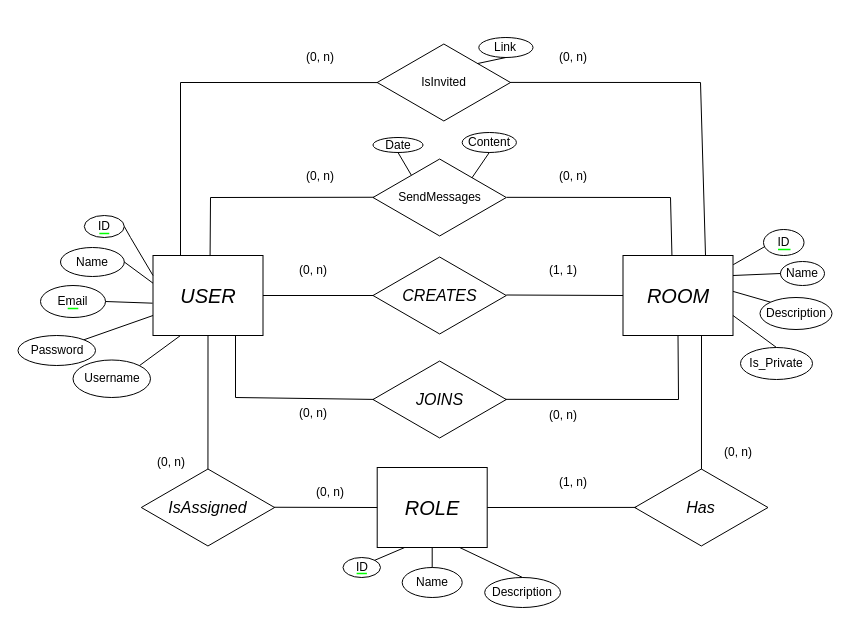
This is Diseño de Bases de Datos Relacionales con MySQL/02 Diseño Conceptual/3er Ejercicio/Ejercicio3.drawio from D4nitrix13/DatabaseGuide, a draw.io file, before an edit. Source tidied: cells renumbered, new cells numbered last; positions are measured from the earlier drawing's top-left corner, leaving out a move shared by most shapes. Both pictures are drawn from the tidied source at 100%, with x=0, y=0 at pixel (18, 37).
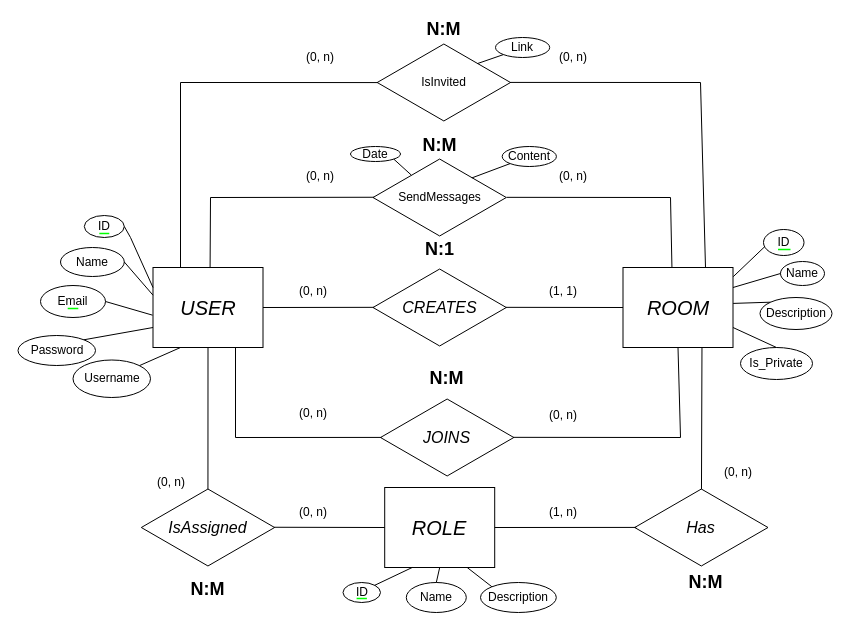
Above is the later version.

The change refers to these unchanged cells:
```xml
<mxCell id="29" value="SendMessages" style="html=1;whiteSpace=wrap;shape=isoRectangle;fillColor=none;" parent="1" vertex="1">
  <mxGeometry x="354.5" y="120" width="133.3" height="80" as="geometry" />
</mxCell>
<mxCell id="36" value="IsInvited" style="html=1;whiteSpace=wrap;shape=isoRectangle;fillColor=none;" parent="1" vertex="1">
  <mxGeometry x="358.7" y="5" width="133.3" height="80" as="geometry" />
</mxCell>
```

The edit, as a diff of the source:
```diff
@@
     <mxCell id="4" value="&lt;i style=&quot;&quot;&gt;&lt;font style=&quot;font-size: 20px;&quot;&gt;USER&lt;/font&gt;&lt;/i&gt;" style="rounded=0;whiteSpace=wrap;html=1;fillColor=none;" parent="1" vertex="1">
-      <mxGeometry x="134.5" y="218" width="110" height="80" as="geometry" />
+      <mxGeometry x="134.5" y="230" width="110" height="80" as="geometry" />
     </mxCell>
     <mxCell id="5" value="&lt;i style=&quot;&quot;&gt;&lt;font style=&quot;font-size: 20px;&quot;&gt;ROOM&lt;/font&gt;&lt;/i&gt;" style="rounded=0;whiteSpace=wrap;html=1;fillColor=none;align=center;" parent="1" vertex="1">
-      <mxGeometry x="604.5" y="218" width="110" height="80" as="geometry" />
+      <mxGeometry x="604.5" y="230" width="110" height="80" as="geometry" />
     </mxCell>
     <mxCell id="6" value="&lt;i&gt;&lt;font style=&quot;font-size: 16px;&quot;&gt;CREATES&lt;/font&gt;&lt;/i&gt;" style="html=1;whiteSpace=wrap;shape=isoRectangle;fillColor=none;" parent="1" vertex="1">
-      <mxGeometry x="354.5" y="218" width="133.3" height="80" as="geometry" />
+      <mxGeometry x="354.5" y="230" width="133.3" height="80" as="geometry" />
     </mxCell>
-    <mxCell id="7" style="endArrow=none;html=1;rounded=0;exitX=1;exitY=0.5;exitDx=0;exitDy=0;" parent="1" edge="1" source="4">
-      <mxGeometry relative="1" as="geometry">
-        <mxPoint x="354.5" y="258" as="targetPoint" />
-      </mxGeometry>
+    <mxCell id="7" style="endArrow=none;html=1;rounded=0;exitX=1;exitY=0.5;exitDx=0;exitDy=0;entryX=0.007;entryY=0.498;entryDx=0;entryDy=0;entryPerimeter=0;" parent="1" edge="1" source="4" target="6">
+      <mxGeometry relative="1" as="geometry" />
     </mxCell>
-    <mxCell id="8" style="endArrow=none;html=1;rounded=0;exitX=1;exitY=0.5;exitDx=0;exitDy=0;entryX=0;entryY=0.5;entryDx=0;entryDy=0;" parent="1" edge="1" target="5">
-      <mxGeometry relative="1" as="geometry">
-        <mxPoint x="487.8" y="257.5" as="sourcePoint" />
-      </mxGeometry>
+    <mxCell id="8" style="endArrow=none;html=1;rounded=0;exitX=0.997;exitY=0.498;exitDx=0;exitDy=0;entryX=0;entryY=0.5;entryDx=0;entryDy=0;exitPerimeter=0;" parent="1" edge="1" source="6" target="5">
+      <mxGeometry relative="1" as="geometry" />
     </mxCell>
@@
     <mxCell id="16" value="(0, n)" style="text;html=1;align=center;verticalAlign=middle;whiteSpace=wrap;rounded=0;" parent="1" vertex="1">
-      <mxGeometry x="264.5" y="218" width="60" height="30" as="geometry" />
+      <mxGeometry x="264.5" y="239" width="60" height="30" as="geometry" />
     </mxCell>
     <mxCell id="17" value="(1, 1)" style="text;html=1;align=center;verticalAlign=middle;whiteSpace=wrap;rounded=0;" parent="1" vertex="1">
-      <mxGeometry x="514.5" y="218" width="60" height="30" as="geometry" />
+      <mxGeometry x="514.5" y="239" width="60" height="30" as="geometry" />
     </mxCell>
@@
     <mxCell id="24" value="&lt;i&gt;&lt;font style=&quot;font-size: 16px;&quot;&gt;JOINS&lt;/font&gt;&lt;/i&gt;" style="html=1;whiteSpace=wrap;shape=isoRectangle;fillColor=none;" parent="1" vertex="1">
-      <mxGeometry x="354.5" y="322" width="133.3" height="80" as="geometry" />
+      <mxGeometry x="362" y="360" width="133.3" height="80" as="geometry" />
     </mxCell>
     <mxCell id="25" style="endArrow=none;html=1;rounded=0;entryX=0.007;entryY=0.499;entryDx=0;entryDy=0;entryPerimeter=0;exitX=0.75;exitY=1;exitDx=0;exitDy=0;" parent="1" edge="1" source="4" target="24">
       <mxGeometry relative="1" as="geometry">
         <Array as="points">
-          <mxPoint x="217" y="360" />
+          <mxPoint x="217" y="400" />
         </Array>
       </mxGeometry>
     </mxCell>
     <mxCell id="26" style="endArrow=none;html=1;rounded=0;exitX=0.994;exitY=0.498;exitDx=0;exitDy=0;exitPerimeter=0;entryX=0.5;entryY=1;entryDx=0;entryDy=0;" parent="1" edge="1" source="24" target="5">
       <mxGeometry relative="1" as="geometry">
         <Array as="points">
-          <mxPoint x="660" y="362" />
+          <mxPoint x="662" y="400" />
         </Array>
       </mxGeometry>
     </mxCell>
@@
-    <mxCell id="34" style="endArrow=none;html=1;rounded=0;exitX=0.742;exitY=0.255;exitDx=0;exitDy=0;entryX=0.5;entryY=1;entryDx=0;entryDy=0;exitPerimeter=0;" parent="1" edge="1" source="29" target="67">
+    <mxCell id="34" style="endArrow=none;html=1;rounded=0;exitX=0.742;exitY=0.255;exitDx=0;exitDy=0;entryX=0;entryY=1;entryDx=0;entryDy=0;exitPerimeter=0;" parent="1" edge="1" source="29" target="67">
       <mxGeometry relative="1" as="geometry" />
     </mxCell>
-    <mxCell id="35" style="endArrow=none;html=1;rounded=0;exitX=0.287;exitY=0.219;exitDx=0;exitDy=0;exitPerimeter=0;entryX=0.5;entryY=1;entryDx=0;entryDy=0;" parent="1" edge="1" source="29" target="68">
+    <mxCell id="35" style="endArrow=none;html=1;rounded=0;exitX=0.287;exitY=0.219;exitDx=0;exitDy=0;exitPerimeter=0;entryX=1;entryY=1;entryDx=0;entryDy=0;" parent="1" edge="1" source="29" target="68">
       <mxGeometry relative="1" as="geometry" />
     </mxCell>
@@
     <mxCell id="41" value="&lt;i&gt;&lt;font style=&quot;font-size: 16px;&quot;&gt;Has&lt;/font&gt;&lt;/i&gt;" style="html=1;whiteSpace=wrap;shape=isoRectangle;fillColor=none;" parent="1" vertex="1">
-      <mxGeometry x="616.2" y="430" width="133.3" height="80" as="geometry" />
+      <mxGeometry x="616.2" y="450" width="133.3" height="80" as="geometry" />
     </mxCell>
     <mxCell id="42" value="&lt;i style=&quot;&quot;&gt;&lt;font style=&quot;font-size: 20px;&quot;&gt;ROLE&lt;/font&gt;&lt;/i&gt;" style="rounded=0;whiteSpace=wrap;html=1;fillColor=none;" parent="1" vertex="1">
-      <mxGeometry x="358.7" y="430" width="110" height="80" as="geometry" />
+      <mxGeometry x="366.2" y="450" width="110" height="80" as="geometry" />
     </mxCell>
     <mxCell id="43" value="&lt;i&gt;&lt;font style=&quot;font-size: 16px;&quot;&gt;IsAssigned&lt;/font&gt;&lt;/i&gt;" style="html=1;whiteSpace=wrap;shape=isoRectangle;fillColor=none;" parent="1" vertex="1">
-      <mxGeometry x="122.8" y="430" width="133.3" height="80" as="geometry" />
+      <mxGeometry x="122.8" y="450" width="133.3" height="80" as="geometry" />
     </mxCell>
@@
-    <mxCell id="47" style="endArrow=none;html=1;rounded=0;exitX=0.5;exitY=1;exitDx=0;exitDy=0;entryX=0.501;entryY=0.022;entryDx=0;entryDy=0;entryPerimeter=0;" parent="1" edge="1" target="41">
-      <mxGeometry relative="1" as="geometry">
-        <mxPoint x="683" y="298" as="sourcePoint" />
-      </mxGeometry>
+    <mxCell id="47" style="endArrow=none;html=1;rounded=0;exitX=0.718;exitY=0.998;exitDx=0;exitDy=0;entryX=0.501;entryY=0.022;entryDx=0;entryDy=0;entryPerimeter=0;exitPerimeter=0;" parent="1" edge="1" source="5" target="41">
+      <mxGeometry relative="1" as="geometry" />
     </mxCell>
     <mxCell id="48" value="(0, n)" style="text;html=1;align=center;verticalAlign=middle;whiteSpace=wrap;rounded=0;" parent="1" vertex="1">
-      <mxGeometry x="282" y="440" width="60" height="30" as="geometry" />
+      <mxGeometry x="264.5" y="460" width="60" height="30" as="geometry" />
     </mxCell>
     <mxCell id="49" value="(0, n)" style="text;html=1;align=center;verticalAlign=middle;whiteSpace=wrap;rounded=0;" parent="1" vertex="1">
-      <mxGeometry x="122.8" y="410" width="60" height="30" as="geometry" />
+      <mxGeometry x="122.8" y="430" width="60" height="30" as="geometry" />
     </mxCell>
     <mxCell id="50" value="(0, n)" style="text;html=1;align=center;verticalAlign=middle;whiteSpace=wrap;rounded=0;" parent="1" vertex="1">
-      <mxGeometry x="689.5" y="400" width="60" height="30" as="geometry" />
+      <mxGeometry x="689.5" y="420" width="60" height="30" as="geometry" />
     </mxCell>
     <mxCell id="51" value="(1, n)" style="text;html=1;align=center;verticalAlign=middle;whiteSpace=wrap;rounded=0;" parent="1" vertex="1">
-      <mxGeometry x="524.5" y="430" width="60" height="30" as="geometry" />
+      <mxGeometry x="514.5" y="460" width="60" height="30" as="geometry" />
     </mxCell>
@@
-    <mxCell id="53" style="endArrow=none;html=1;rounded=0;entryX=0.75;entryY=1;entryDx=0;entryDy=0;exitX=0.5;exitY=0;exitDx=0;exitDy=0;" parent="1" edge="1" source="57" target="42">
+    <mxCell id="53" style="endArrow=none;html=1;rounded=0;entryX=0.75;entryY=1;entryDx=0;entryDy=0;exitX=0;exitY=0;exitDx=0;exitDy=0;" parent="1" edge="1" source="57" target="42">
       <mxGeometry relative="1" as="geometry" />
     </mxCell>
     <mxCell id="54" style="endArrow=none;html=1;rounded=0;strokeWidth=1.5;strokeColor=#00ff00;" parent="1" edge="1">
       <mxGeometry relative="1" as="geometry">
-        <mxPoint x="338.1" y="536" as="sourcePoint" />
-        <mxPoint x="348.4" y="536" as="targetPoint" />
+        <mxPoint x="338.1" y="561" as="sourcePoint" />
+        <mxPoint x="348.4" y="561" as="targetPoint" />
       </mxGeometry>
     </mxCell>
-    <mxCell id="55" style="endArrow=none;html=1;rounded=0;exitX=0.753;exitY=0.263;exitDx=0;exitDy=0;exitPerimeter=0;entryX=0.5;entryY=1;entryDx=0;entryDy=0;" parent="1" edge="1" source="36" target="69">
+    <mxCell id="55" style="endArrow=none;html=1;rounded=0;exitX=0.753;exitY=0.263;exitDx=0;exitDy=0;exitPerimeter=0;entryX=0;entryY=1;entryDx=0;entryDy=0;" parent="1" edge="1" source="36" target="69">
       <mxGeometry relative="1" as="geometry" />
     </mxCell>
     <mxCell id="56" value="&lt;span style=&quot;text-wrap: nowrap;&quot;&gt;Name&lt;/span&gt;" style="ellipse;whiteSpace=wrap;html=1;fillColor=none;" parent="1" vertex="1">
-      <mxGeometry x="383.7" y="530" width="60" height="30" as="geometry" />
+      <mxGeometry x="387.8" y="545" width="60" height="30" as="geometry" />
     </mxCell>
     <mxCell id="57" value="&lt;span style=&quot;text-wrap: nowrap;&quot;&gt;Description&lt;/span&gt;" style="ellipse;whiteSpace=wrap;html=1;fillColor=none;" parent="1" vertex="1">
-      <mxGeometry x="466.2" y="540" width="75.8" height="30" as="geometry" />
+      <mxGeometry x="462" y="545" width="75.8" height="30" as="geometry" />
     </mxCell>
@@
     <mxCell id="62" value="&lt;span style=&quot;text-wrap: nowrap;&quot;&gt;ID&lt;/span&gt;" style="ellipse;whiteSpace=wrap;html=1;fillColor=none;" parent="1" vertex="1">
-      <mxGeometry x="324.5" y="520" width="37.5" height="20" as="geometry" />
+      <mxGeometry x="324.5" y="545" width="37.5" height="20" as="geometry" />
     </mxCell>
@@
     <mxCell id="67" value="&lt;span style=&quot;text-wrap: nowrap;&quot;&gt;Content&lt;/span&gt;" style="ellipse;whiteSpace=wrap;html=1;fillColor=none;" parent="1" vertex="1">
-      <mxGeometry x="443.7" y="95" width="54.2" height="20" as="geometry" />
+      <mxGeometry x="483.7" y="109" width="54.2" height="20" as="geometry" />
     </mxCell>
     <mxCell id="68" value="&lt;span style=&quot;text-wrap: nowrap;&quot;&gt;Date&lt;/span&gt;" style="ellipse;whiteSpace=wrap;html=1;fillColor=none;" parent="1" vertex="1">
-      <mxGeometry x="354.5" y="100" width="50" height="15" as="geometry" />
+      <mxGeometry x="332" y="109" width="50" height="15" as="geometry" />
     </mxCell>
     <mxCell id="69" value="&lt;span style=&quot;text-wrap: nowrap;&quot;&gt;Link&lt;/span&gt;" style="ellipse;whiteSpace=wrap;html=1;fillColor=none;" parent="1" vertex="1">
-      <mxGeometry x="460.3" width="54.2" height="20" as="geometry" />
+      <mxGeometry x="477" width="54.2" height="20" as="geometry" />
     </mxCell>
+    <mxCell id="70" value="&lt;b style=&quot;font-size: 18px;&quot;&gt;N:M&lt;/b&gt;" style="text;html=1;align=center;verticalAlign=middle;whiteSpace=wrap;rounded=0;fontSize=18;" parent="1" vertex="1">
+      <mxGeometry x="398.7" y="-20" width="53.3" height="23.5" as="geometry" />
+    </mxCell>
+    <mxCell id="71" value="&lt;b style=&quot;font-size: 18px;&quot;&gt;N:M&lt;/b&gt;" style="text;html=1;align=center;verticalAlign=middle;whiteSpace=wrap;rounded=0;fontSize=18;" parent="1" vertex="1">
+      <mxGeometry x="394.5" y="96.5" width="53.3" height="23.5" as="geometry" />
+    </mxCell>
+    <mxCell id="72" value="&lt;b style=&quot;font-size: 18px;&quot;&gt;N:1&lt;/b&gt;" style="text;html=1;align=center;verticalAlign=middle;whiteSpace=wrap;rounded=0;fontSize=18;" parent="1" vertex="1">
+      <mxGeometry x="394.5" y="200.5" width="53.3" height="23.5" as="geometry" />
+    </mxCell>
+    <mxCell id="73" value="&lt;b style=&quot;font-size: 18px;&quot;&gt;N:M&lt;/b&gt;" style="text;html=1;align=center;verticalAlign=middle;whiteSpace=wrap;rounded=0;fontSize=18;" parent="1" vertex="1">
+      <mxGeometry x="661.2" y="533.2" width="53.3" height="23.5" as="geometry" />
+    </mxCell>
+    <mxCell id="74" value="&lt;b style=&quot;font-size: 18px;&quot;&gt;N:M&lt;/b&gt;" style="text;html=1;align=center;verticalAlign=middle;whiteSpace=wrap;rounded=0;fontSize=18;" parent="1" vertex="1">
+      <mxGeometry x="162.8" y="540" width="53.3" height="23.5" as="geometry" />
+    </mxCell>
+    <mxCell id="75" value="&lt;b style=&quot;font-size: 18px;&quot;&gt;N:M&lt;/b&gt;" style="text;html=1;align=center;verticalAlign=middle;whiteSpace=wrap;rounded=0;fontSize=18;" parent="1" vertex="1">
+      <mxGeometry x="402" y="329.5" width="53.3" height="23.5" as="geometry" />
+    </mxCell>
```
